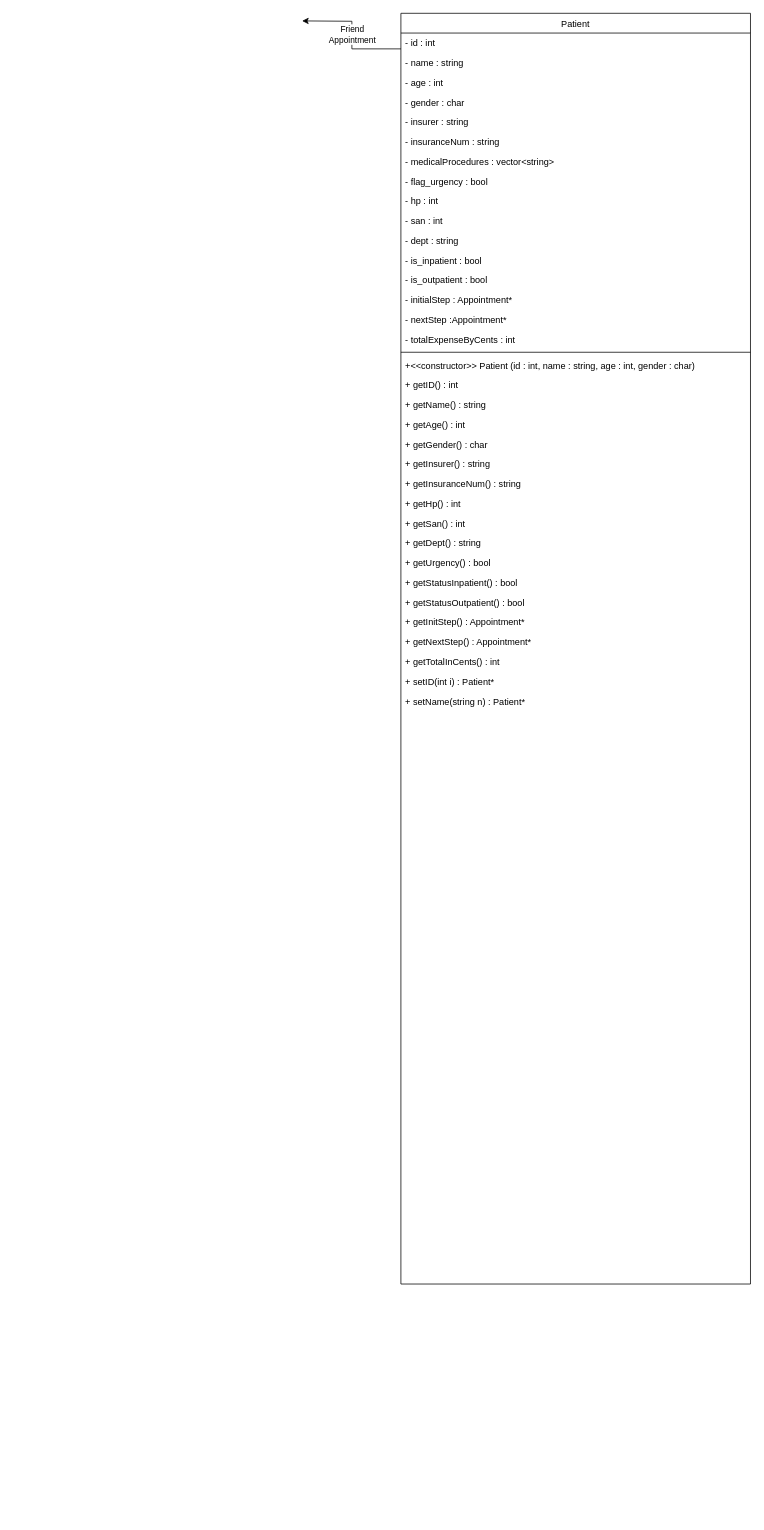
This is docs/Patient.drawio from StewieTech/projectHMS, a draw.io file, before an edit. Source tidied: cells renumbered, new cells numbered last; positions are measured from the earlier drawing's top-left corner, leaving out a move shared by most shapes. Both pictures are drawn from the tidied source at 76%, with x=0, y=0 at pixel (302, 13).
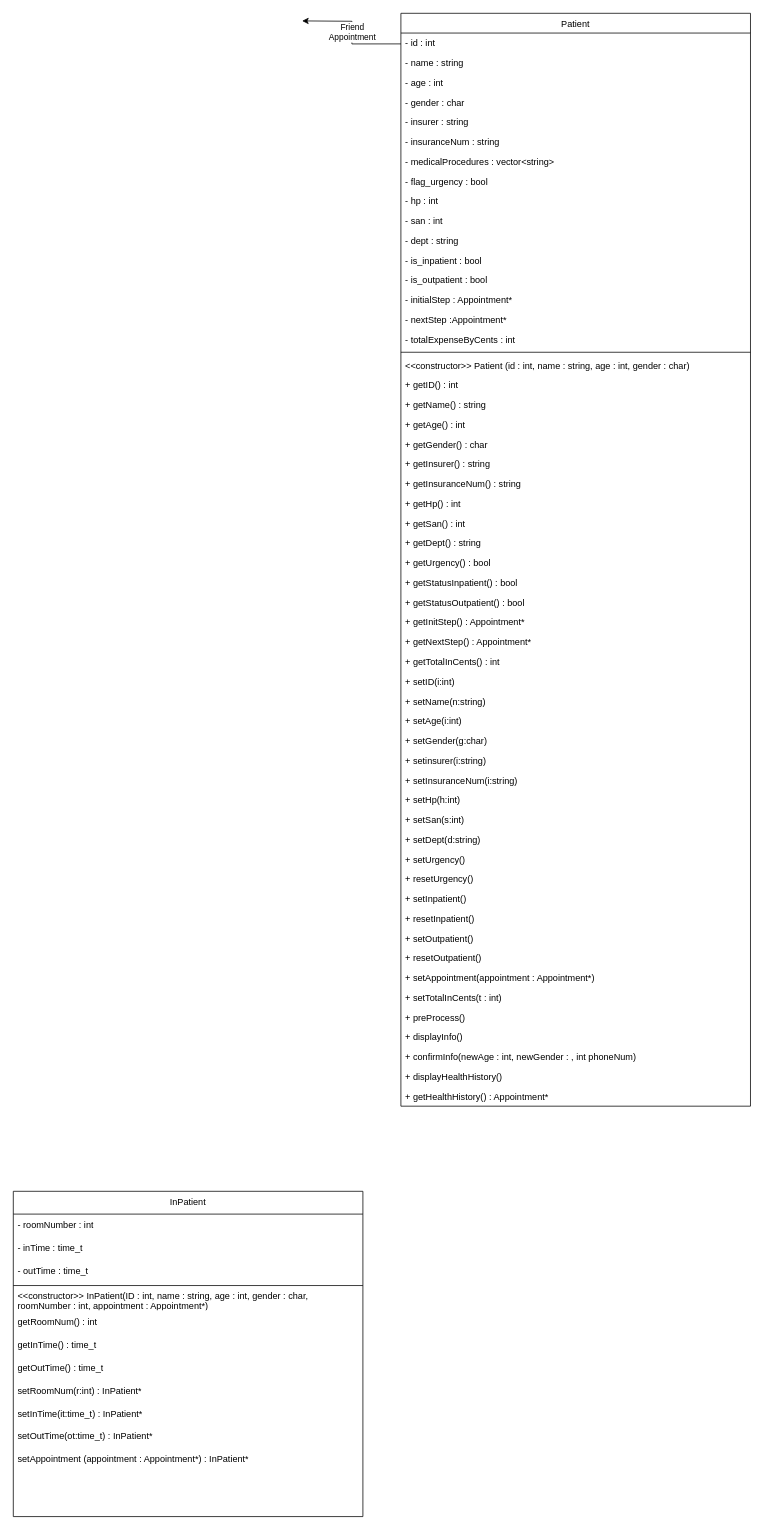
After the change.

Diff of the diagram source:
```diff
@@
     <mxCell id="3" value="Patient" style="swimlane;fontStyle=0;align=center;verticalAlign=top;horizontal=1;startSize=26;rounded=0;shadow=0;strokeWidth=1;" parent="1" vertex="1">
-      <mxGeometry x="130" width="460" height="1672" as="geometry" />
+      <mxGeometry x="130" width="460" height="1438" as="geometry" />
     </mxCell>
@@
-    <mxCell id="21" value="+&lt;&lt;constructor&gt;&gt; Patient (id : int, name : string, age : int, gender : char)" style="text;align=left;verticalAlign=top;spacingLeft=4;spacingRight=4;overflow=hidden;" parent="3" vertex="1">
+    <mxCell id="21" value="&lt;&lt;constructor&gt;&gt; Patient (id : int, name : string, age : int, gender : char)" style="text;align=left;verticalAlign=top;spacingLeft=4;spacingRight=4;overflow=hidden;" parent="3" vertex="1">
       <mxGeometry y="450" width="460" height="26" as="geometry" />
     </mxCell>
@@
-    <mxCell id="37" value="+ setID(int i) : Patient*" style="text;align=left;verticalAlign=top;spacingLeft=4;spacingRight=4;overflow=hidden;" parent="3" vertex="1">
+    <mxCell id="37" value="+ setID(i:int)" style="text;align=left;verticalAlign=top;spacingLeft=4;spacingRight=4;overflow=hidden;" parent="3" vertex="1">
       <mxGeometry y="866" width="460" height="26" as="geometry" />
     </mxCell>
-    <mxCell id="38" value="+ setName(string n) : Patient*" style="text;align=left;verticalAlign=top;spacingLeft=4;spacingRight=4;overflow=hidden;" parent="3" vertex="1">
+    <mxCell id="38" value="+ setName(n:string)" style="text;align=left;verticalAlign=top;spacingLeft=4;spacingRight=4;overflow=hidden;" parent="3" vertex="1">
       <mxGeometry y="892" width="460" height="26" as="geometry" />
     </mxCell>
-    <mxCell id="39" style="text;align=left;verticalAlign=top;spacingLeft=4;spacingRight=4;overflow=hidden;" parent="3" vertex="1">
+    <mxCell id="39" value="+ setAge(i:int)" style="text;align=left;verticalAlign=top;spacingLeft=4;spacingRight=4;overflow=hidden;" parent="3" vertex="1">
       <mxGeometry y="918" width="460" height="26" as="geometry" />
     </mxCell>
-    <mxCell id="40" style="text;align=left;verticalAlign=top;spacingLeft=4;spacingRight=4;overflow=hidden;" parent="3" vertex="1">
+    <mxCell id="40" value="+ setGender(g:char)" style="text;align=left;verticalAlign=top;spacingLeft=4;spacingRight=4;overflow=hidden;" parent="3" vertex="1">
       <mxGeometry y="944" width="460" height="26" as="geometry" />
     </mxCell>
-    <mxCell id="41" style="text;align=left;verticalAlign=top;spacingLeft=4;spacingRight=4;overflow=hidden;" parent="3" vertex="1">
+    <mxCell id="41" value="+ setinsurer(i:string)" style="text;align=left;verticalAlign=top;spacingLeft=4;spacingRight=4;overflow=hidden;" parent="3" vertex="1">
       <mxGeometry y="970" width="460" height="26" as="geometry" />
     </mxCell>
-    <mxCell id="42" style="text;align=left;verticalAlign=top;spacingLeft=4;spacingRight=4;overflow=hidden;" parent="3" vertex="1">
+    <mxCell id="42" value="+ setInsuranceNum(i:string)" style="text;align=left;verticalAlign=top;spacingLeft=4;spacingRight=4;overflow=hidden;" parent="3" vertex="1">
       <mxGeometry y="996" width="460" height="26" as="geometry" />
     </mxCell>
-    <mxCell id="43" style="text;align=left;verticalAlign=top;spacingLeft=4;spacingRight=4;overflow=hidden;" parent="3" vertex="1">
+    <mxCell id="43" value="+ setHp(h:int)" style="text;align=left;verticalAlign=top;spacingLeft=4;spacingRight=4;overflow=hidden;" parent="3" vertex="1">
       <mxGeometry y="1022" width="460" height="26" as="geometry" />
     </mxCell>
-    <mxCell id="44" style="text;align=left;verticalAlign=top;spacingLeft=4;spacingRight=4;overflow=hidden;" parent="3" vertex="1">
+    <mxCell id="44" value="+ setSan(s:int)" style="text;align=left;verticalAlign=top;spacingLeft=4;spacingRight=4;overflow=hidden;" parent="3" vertex="1">
       <mxGeometry y="1048" width="460" height="26" as="geometry" />
     </mxCell>
-    <mxCell id="45" style="text;align=left;verticalAlign=top;spacingLeft=4;spacingRight=4;overflow=hidden;" parent="3" vertex="1">
+    <mxCell id="45" value="+ setDept(d:string)" style="text;align=left;verticalAlign=top;spacingLeft=4;spacingRight=4;overflow=hidden;" parent="3" vertex="1">
       <mxGeometry y="1074" width="460" height="26" as="geometry" />
     </mxCell>
-    <mxCell id="46" style="text;align=left;verticalAlign=top;spacingLeft=4;spacingRight=4;overflow=hidden;" parent="3" vertex="1">
+    <mxCell id="46" value="+ setUrgency()" style="text;align=left;verticalAlign=top;spacingLeft=4;spacingRight=4;overflow=hidden;" parent="3" vertex="1">
       <mxGeometry y="1100" width="460" height="26" as="geometry" />
     </mxCell>
-    <mxCell id="47" style="text;align=left;verticalAlign=top;spacingLeft=4;spacingRight=4;overflow=hidden;" parent="3" vertex="1">
+    <mxCell id="47" value="+ resetUrgency()" style="text;align=left;verticalAlign=top;spacingLeft=4;spacingRight=4;overflow=hidden;" parent="3" vertex="1">
       <mxGeometry y="1126" width="460" height="26" as="geometry" />
     </mxCell>
-    <mxCell id="48" style="text;align=left;verticalAlign=top;spacingLeft=4;spacingRight=4;overflow=hidden;" parent="3" vertex="1">
+    <mxCell id="48" value="+ setInpatient()" style="text;align=left;verticalAlign=top;spacingLeft=4;spacingRight=4;overflow=hidden;" parent="3" vertex="1">
       <mxGeometry y="1152" width="460" height="26" as="geometry" />
     </mxCell>
-    <mxCell id="49" style="text;align=left;verticalAlign=top;spacingLeft=4;spacingRight=4;overflow=hidden;" parent="3" vertex="1">
+    <mxCell id="49" value="+ resetInpatient()" style="text;align=left;verticalAlign=top;spacingLeft=4;spacingRight=4;overflow=hidden;" parent="3" vertex="1">
       <mxGeometry y="1178" width="460" height="26" as="geometry" />
     </mxCell>
-    <mxCell id="50" style="text;align=left;verticalAlign=top;spacingLeft=4;spacingRight=4;overflow=hidden;" parent="3" vertex="1">
+    <mxCell id="50" value="+ setOutpatient()" style="text;align=left;verticalAlign=top;spacingLeft=4;spacingRight=4;overflow=hidden;" parent="3" vertex="1">
       <mxGeometry y="1204" width="460" height="26" as="geometry" />
     </mxCell>
-    <mxCell id="51" style="text;align=left;verticalAlign=top;spacingLeft=4;spacingRight=4;overflow=hidden;" parent="3" vertex="1">
+    <mxCell id="51" value="+ resetOutpatient()" style="text;align=left;verticalAlign=top;spacingLeft=4;spacingRight=4;overflow=hidden;" parent="3" vertex="1">
       <mxGeometry y="1230" width="460" height="26" as="geometry" />
     </mxCell>
-    <mxCell id="52" style="text;align=left;verticalAlign=top;spacingLeft=4;spacingRight=4;overflow=hidden;" parent="3" vertex="1">
+    <mxCell id="52" value="+ setAppointment(appointment : Appointment*)" style="text;align=left;verticalAlign=top;spacingLeft=4;spacingRight=4;overflow=hidden;" parent="3" vertex="1">
       <mxGeometry y="1256" width="460" height="26" as="geometry" />
     </mxCell>
-    <mxCell id="53" style="text;align=left;verticalAlign=top;spacingLeft=4;spacingRight=4;overflow=hidden;" parent="3" vertex="1">
+    <mxCell id="53" value="+ setTotalInCents(t : int)" style="text;align=left;verticalAlign=top;spacingLeft=4;spacingRight=4;overflow=hidden;" parent="3" vertex="1">
       <mxGeometry y="1282" width="460" height="26" as="geometry" />
     </mxCell>
-    <mxCell id="54" style="text;align=left;verticalAlign=top;spacingLeft=4;spacingRight=4;overflow=hidden;" parent="3" vertex="1">
+    <mxCell id="54" value="+ preProcess()" style="text;align=left;verticalAlign=top;spacingLeft=4;spacingRight=4;overflow=hidden;" parent="3" vertex="1">
       <mxGeometry y="1308" width="460" height="26" as="geometry" />
     </mxCell>
+    <mxCell id="68" value="+ displayInfo()" style="text;align=left;verticalAlign=top;spacingLeft=4;spacingRight=4;overflow=hidden;" parent="3" vertex="1">
+      <mxGeometry y="1334" width="460" height="26" as="geometry" />
+    </mxCell>
-    <mxCell id="55" style="text;align=left;verticalAlign=top;spacingLeft=4;spacingRight=4;overflow=hidden;" parent="3" vertex="1">
-      <mxGeometry y="1334" width="460" height="26" as="geometry" />
+    <mxCell id="55" value="+ confirmInfo(newAge : int, newGender : , int phoneNum)" style="text;align=left;verticalAlign=top;spacingLeft=4;spacingRight=4;overflow=hidden;" parent="3" vertex="1">
+      <mxGeometry y="1360" width="460" height="26" as="geometry" />
     </mxCell>
-    <mxCell id="56" style="text;align=left;verticalAlign=top;spacingLeft=4;spacingRight=4;overflow=hidden;" parent="3" vertex="1">
-      <mxGeometry y="1360" width="460" height="26" as="geometry" />
+    <mxCell id="56" value="+ displayHealthHistory()" style="text;align=left;verticalAlign=top;spacingLeft=4;spacingRight=4;overflow=hidden;" parent="3" vertex="1">
+      <mxGeometry y="1386" width="460" height="26" as="geometry" />
     </mxCell>
-    <mxCell id="57" style="text;align=left;verticalAlign=top;spacingLeft=4;spacingRight=4;overflow=hidden;" parent="3" vertex="1">
-      <mxGeometry y="1386" width="460" height="26" as="geometry" />
+    <mxCell id="57" value="+ getHealthHistory() : Appointment*" style="text;align=left;verticalAlign=top;spacingLeft=4;spacingRight=4;overflow=hidden;" parent="3" vertex="1">
+      <mxGeometry y="1412" width="460" height="26" as="geometry" />
     </mxCell>
-    <mxCell id="58" style="text;align=left;verticalAlign=top;spacingLeft=4;spacingRight=4;overflow=hidden;" parent="3" vertex="1">
-      <mxGeometry y="1412" width="460" height="26" as="geometry" />
-    </mxCell>
-    <mxCell id="59" style="text;align=left;verticalAlign=top;spacingLeft=4;spacingRight=4;overflow=hidden;" parent="3" vertex="1">
-      <mxGeometry y="1438" width="460" height="26" as="geometry" />
-    </mxCell>
-    <mxCell id="60" style="text;align=left;verticalAlign=top;spacingLeft=4;spacingRight=4;overflow=hidden;" parent="3" vertex="1">
-      <mxGeometry y="1464" width="460" height="26" as="geometry" />
-    </mxCell>
-    <mxCell id="61" style="text;align=left;verticalAlign=top;spacingLeft=4;spacingRight=4;overflow=hidden;" parent="3" vertex="1">
-      <mxGeometry y="1490" width="460" height="26" as="geometry" />
-    </mxCell>
-    <mxCell id="62" style="text;align=left;verticalAlign=top;spacingLeft=4;spacingRight=4;overflow=hidden;" parent="3" vertex="1">
-      <mxGeometry y="1516" width="460" height="26" as="geometry" />
-    </mxCell>
-    <mxCell id="63" style="text;align=left;verticalAlign=top;spacingLeft=4;spacingRight=4;overflow=hidden;" parent="3" vertex="1">
-      <mxGeometry y="1542" width="460" height="26" as="geometry" />
-    </mxCell>
-    <mxCell id="64" style="text;align=left;verticalAlign=top;spacingLeft=4;spacingRight=4;overflow=hidden;" parent="3" vertex="1">
-      <mxGeometry y="1568" width="460" height="26" as="geometry" />
-    </mxCell>
-    <mxCell id="65" style="text;align=left;verticalAlign=top;spacingLeft=4;spacingRight=4;overflow=hidden;" parent="3" vertex="1">
-      <mxGeometry y="1594" width="460" height="26" as="geometry" />
-    </mxCell>
-    <mxCell id="66" style="text;align=left;verticalAlign=top;spacingLeft=4;spacingRight=4;overflow=hidden;" parent="3" vertex="1">
-      <mxGeometry y="1620" width="460" height="26" as="geometry" />
-    </mxCell>
-    <mxCell id="67" style="text;align=left;verticalAlign=top;spacingLeft=4;spacingRight=4;overflow=hidden;" parent="3" vertex="1">
-      <mxGeometry y="1646" width="460" height="26" as="geometry" />
-    </mxCell>
+    <mxCell id="69" value="InPatient" style="swimlane;fontStyle=0;horizontal=1;startSize=30;whiteSpace=wrap;html=1;" parent="1" vertex="1">
+      <mxGeometry x="-380" y="1550" width="460" height="428" as="geometry" />
+    </mxCell>
+    <mxCell id="70" value="- roomNumber : int" style="text;strokeColor=none;fillColor=none;align=left;verticalAlign=middle;spacingLeft=4;spacingRight=4;overflow=hidden;whiteSpace=wrap;html=1;" parent="69" vertex="1">
+      <mxGeometry y="30" width="460" height="30" as="geometry" />
+    </mxCell>
+    <mxCell id="71" value="- inTime : time_t" style="text;strokeColor=none;fillColor=none;align=left;verticalAlign=middle;spacingLeft=4;spacingRight=4;overflow=hidden;whiteSpace=wrap;html=1;" parent="69" vertex="1">
+      <mxGeometry y="60" width="460" height="30" as="geometry" />
+    </mxCell>
+    <mxCell id="72" value="- outTime : time_t" style="text;strokeColor=none;fillColor=none;align=left;verticalAlign=middle;spacingLeft=4;spacingRight=4;overflow=hidden;whiteSpace=wrap;html=1;" parent="69" vertex="1">
+      <mxGeometry y="90" width="460" height="30" as="geometry" />
+    </mxCell>
+    <mxCell id="73" style="line;strokeWidth=1;fillColor=none;align=left;verticalAlign=middle;spacingTop=-1;spacingLeft=3;spacingRight=3;labelPosition=right;strokeColor=inherit;" parent="69" vertex="1">
+      <mxGeometry y="120" width="460" height="8" as="geometry" />
+    </mxCell>
+    <mxCell id="74" value="&amp;lt;&amp;lt;constructor&amp;gt;&amp;gt; InPatient(ID : int, name : string, age : int, gender : char, roomNumber : int, appointment : Appointment*)" style="text;strokeColor=none;fillColor=none;align=left;verticalAlign=middle;spacingLeft=4;spacingRight=4;overflow=hidden;whiteSpace=wrap;html=1;" parent="69" vertex="1">
+      <mxGeometry y="128" width="460" height="30" as="geometry" />
+    </mxCell>
+    <mxCell id="75" value="getRoomNum() : int" style="text;strokeColor=none;fillColor=none;align=left;verticalAlign=middle;spacingLeft=4;spacingRight=4;overflow=hidden;whiteSpace=wrap;html=1;" parent="69" vertex="1">
+      <mxGeometry y="158" width="460" height="30" as="geometry" />
+    </mxCell>
+    <mxCell id="76" value="getInTime() : time_t" style="text;strokeColor=none;fillColor=none;align=left;verticalAlign=middle;spacingLeft=4;spacingRight=4;overflow=hidden;whiteSpace=wrap;html=1;" parent="69" vertex="1">
+      <mxGeometry y="188" width="460" height="30" as="geometry" />
+    </mxCell>
+    <mxCell id="77" value="getOutTime() : time_t" style="text;strokeColor=none;fillColor=none;align=left;verticalAlign=middle;spacingLeft=4;spacingRight=4;overflow=hidden;whiteSpace=wrap;html=1;" parent="69" vertex="1">
+      <mxGeometry y="218" width="460" height="30" as="geometry" />
+    </mxCell>
+    <mxCell id="78" value="setRoomNum(r:int) : InPatient*" style="text;strokeColor=none;fillColor=none;align=left;verticalAlign=middle;spacingLeft=4;spacingRight=4;overflow=hidden;whiteSpace=wrap;html=1;" parent="69" vertex="1">
+      <mxGeometry y="248" width="460" height="30" as="geometry" />
+    </mxCell>
+    <mxCell id="79" value="setInTime(it:time_t) : InPatient*" style="text;strokeColor=none;fillColor=none;align=left;verticalAlign=middle;spacingLeft=4;spacingRight=4;overflow=hidden;whiteSpace=wrap;html=1;" parent="69" vertex="1">
+      <mxGeometry y="278" width="460" height="30" as="geometry" />
+    </mxCell>
+    <mxCell id="80" value="setOutTime(ot:time_t) : InPatient*" style="text;strokeColor=none;fillColor=none;align=left;verticalAlign=middle;spacingLeft=4;spacingRight=4;overflow=hidden;whiteSpace=wrap;html=1;" parent="69" vertex="1">
+      <mxGeometry y="308" width="460" height="30" as="geometry" />
+    </mxCell>
+    <mxCell id="81" value="setAppointment (appointment : Appointment*) : InPatient*" style="text;strokeColor=none;fillColor=none;align=left;verticalAlign=middle;spacingLeft=4;spacingRight=4;overflow=hidden;whiteSpace=wrap;html=1;" parent="69" vertex="1">
+      <mxGeometry y="338" width="460" height="30" as="geometry" />
+    </mxCell>
+    <mxCell id="82" style="text;strokeColor=none;fillColor=none;align=left;verticalAlign=middle;spacingLeft=4;spacingRight=4;overflow=hidden;whiteSpace=wrap;html=1;" parent="69" vertex="1">
+      <mxGeometry y="368" width="460" height="30" as="geometry" />
+    </mxCell>
+    <mxCell id="83" style="text;strokeColor=none;fillColor=none;align=left;verticalAlign=middle;spacingLeft=4;spacingRight=4;overflow=hidden;whiteSpace=wrap;html=1;" parent="69" vertex="1">
+      <mxGeometry y="398" width="460" height="30" as="geometry" />
+    </mxCell>
```
